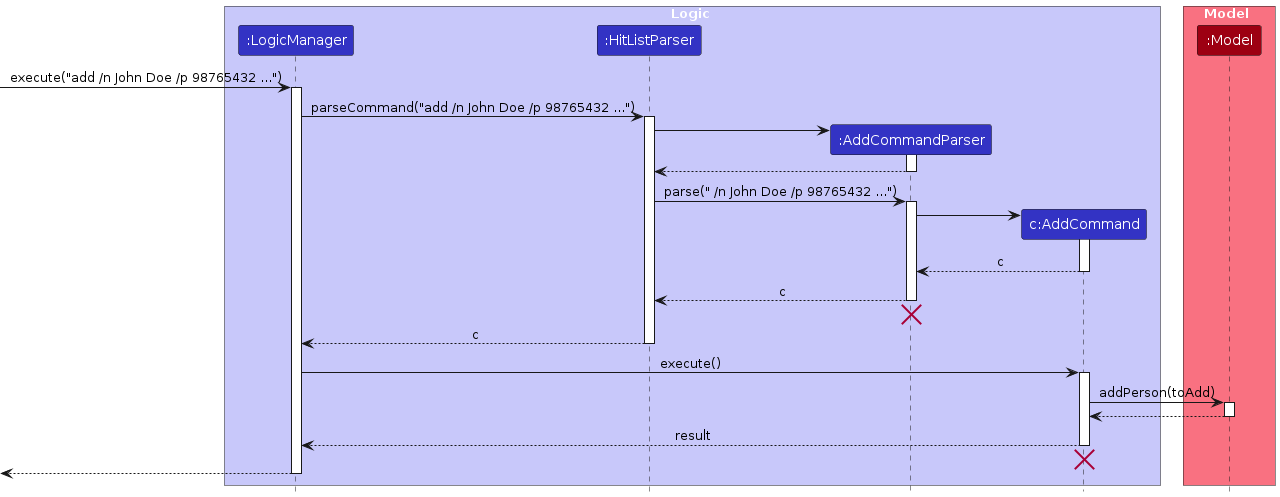
Earlier version of the PlantUML export diagrams/add-person/PersonAddSequenceDiagram-Logic.png (AY2526S2-CS2103T-W11-2/tp). Its source is kept beside it as diagrams/add-person/PersonAddSequenceDiagram-Logic.puml.
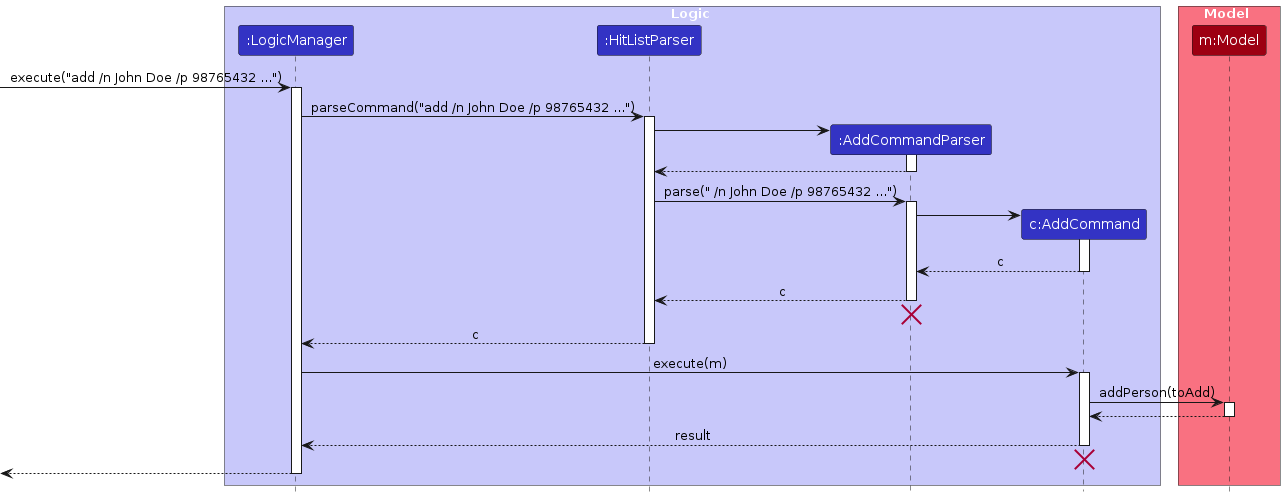
Later version of the same file.

What changed in the source:
```diff
@@ -10,7 +10,7 @@
 end box
 
 box Model MODEL_COLOR_T1
-participant ":Model" as Model MODEL_COLOR
+participant "m:Model" as Model MODEL_COLOR
 end box
 
 [-> LogicManager : execute("add /n John Doe /p 98765432 ...")
@@ -44,7 +44,7 @@
 HitListParser --> LogicManager : c
 deactivate HitListParser
 
-LogicManager -> AddCommand : execute()
+LogicManager -> AddCommand : execute(m)
 activate AddCommand
 
 AddCommand -> Model : addPerson(toAdd)
```
